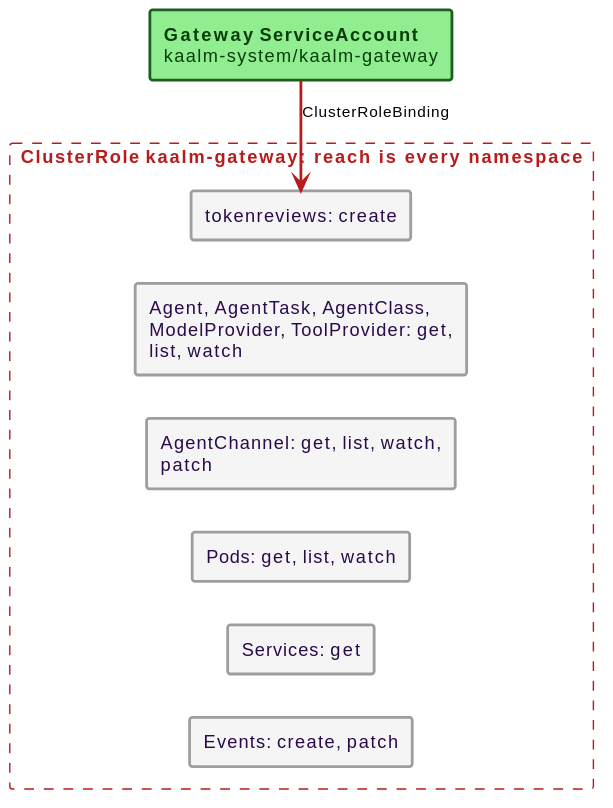
win07xp/kaalm keeps this PlantUML diagram as docs/src/diagrams/gateway-rbac-cluster.svg. Above is the earlier version.
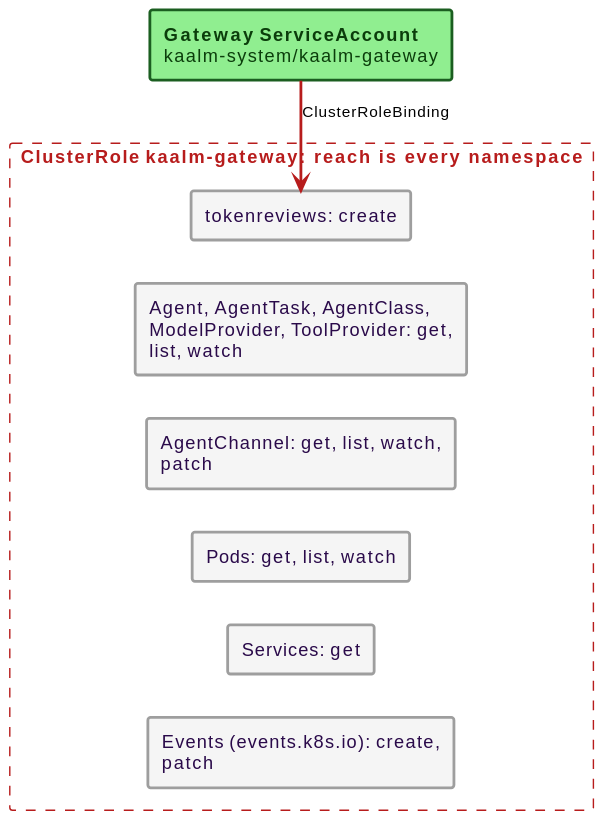
After the commit.

What changed in the source:
```diff
@@ -12,7 +12,7 @@
   rectangle "AgentChannel: get, list, watch, patch" as ch #back:F5F5F5;line:9E9E9E;line.bold;text:2a0a4a
   rectangle "Pods: get, list, watch" as pods #back:F5F5F5;line:9E9E9E;line.bold;text:2a0a4a
   rectangle "Services: get" as svc #back:F5F5F5;line:9E9E9E;line.bold;text:2a0a4a
-  rectangle "Events: create, patch" as ev #back:F5F5F5;line:9E9E9E;line.bold;text:2a0a4a
+  rectangle "Events (events.k8s.io): create, patch" as ev #back:F5F5F5;line:9E9E9E;line.bold;text:2a0a4a
 }
 GWSA -[#B71C1C,bold]-> tr : ClusterRoleBinding
 tr -[hidden]down- crds
```
